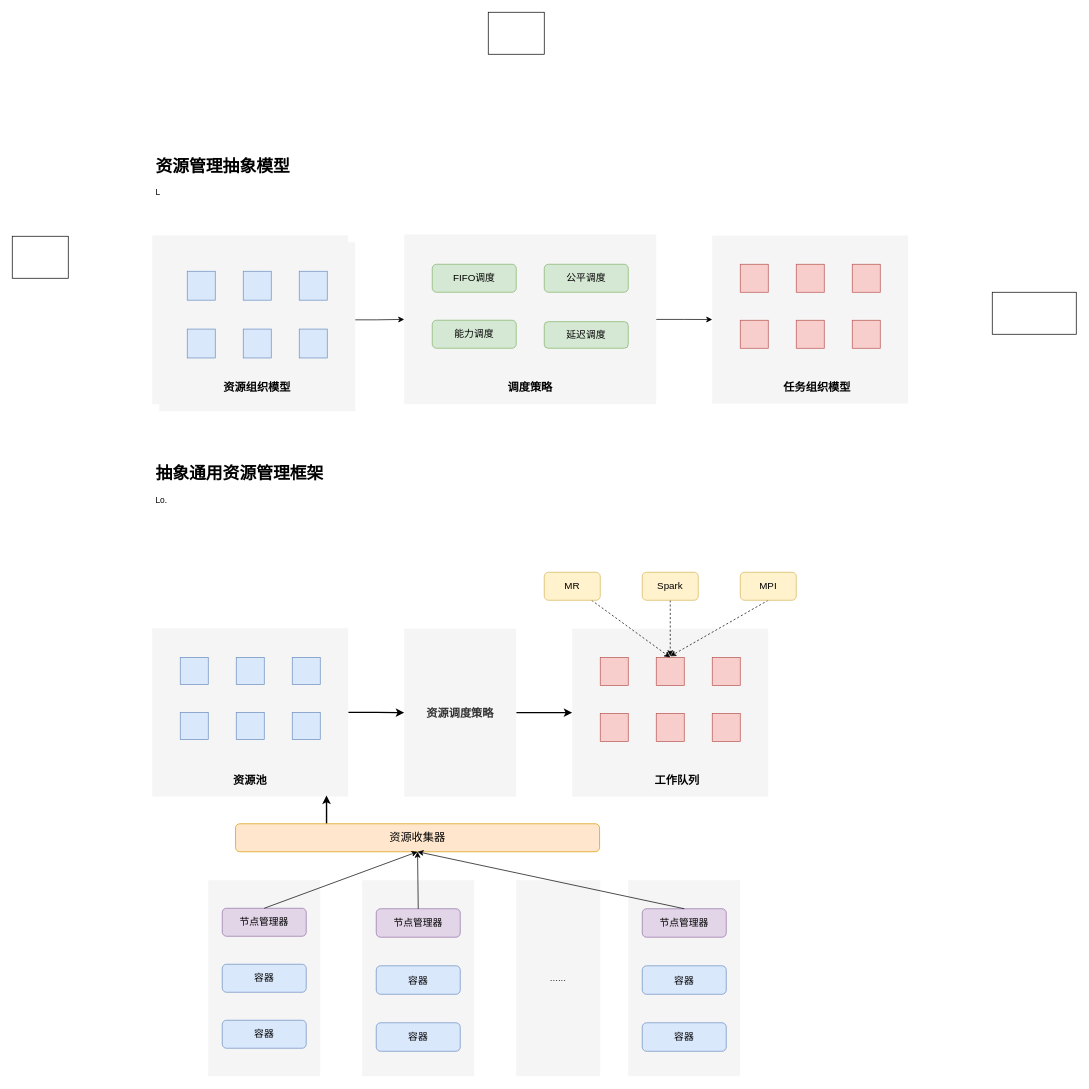
The draw.io diagram page "资源管理和调度" (6 of 6) of Draw.io/BigDataArchAlgorithm.drawio in DepInjoy/geektime, before the edit. Source tidied: cells renumbered, new cells numbered last; positions are measured from the earlier drawing's top-left corner, leaving out a move shared by most shapes. Both pictures are drawn from the tidied source at 70%, with x=0, y=0 at pixel (12, 12).
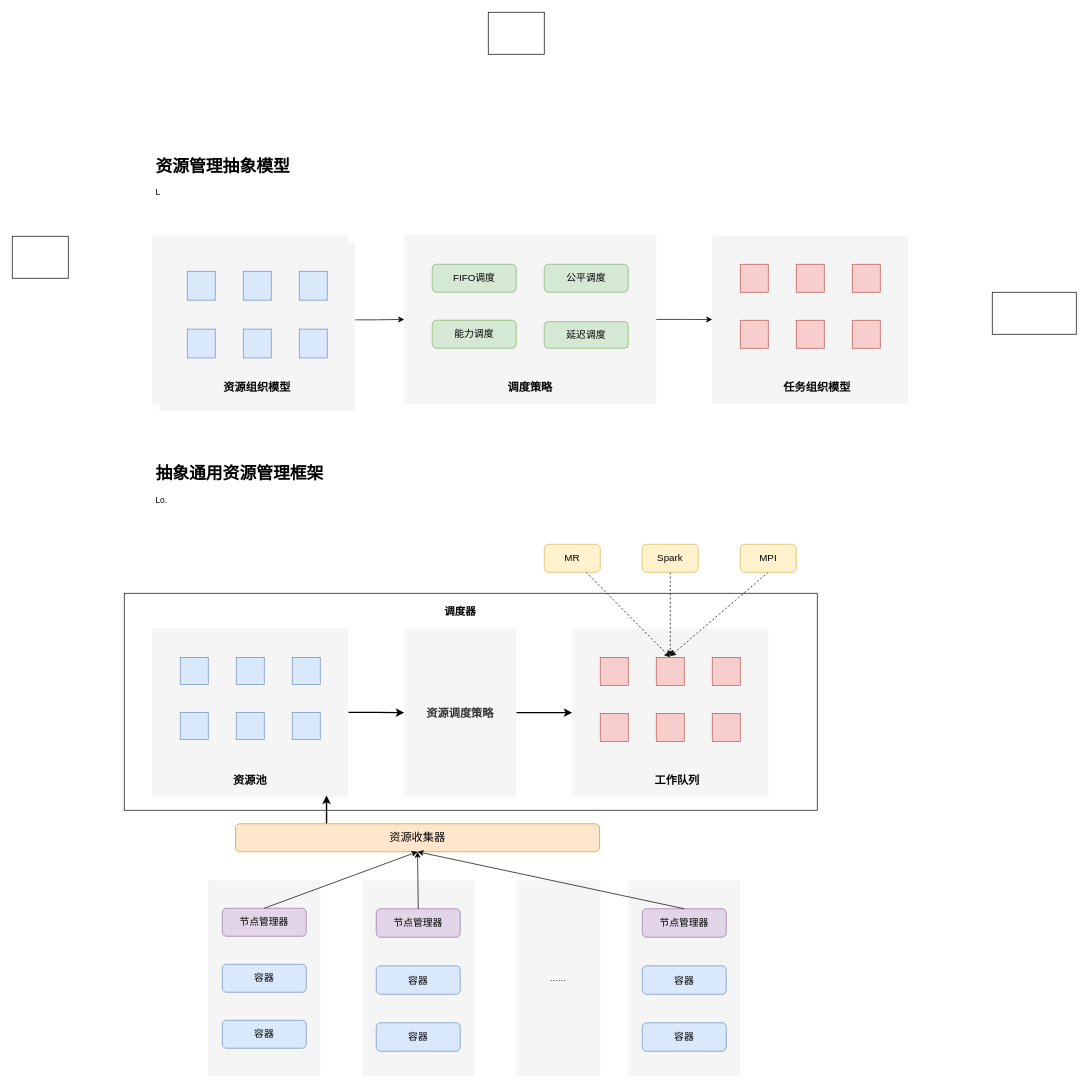
The same diagram, later.

Commit message:
资源调度通用框架

What changed in the source:
```diff
@@
+    <mxCell id="88" style="rounded=0;whiteSpace=wrap;html=1;" parent="1" vertex="1">
+      <mxGeometry x="160" y="830" width="990" height="310" as="geometry" />
+    </mxCell>
@@
     <mxCell id="81" value="&lt;font style=&quot;font-size: 14px;&quot;&gt;MR&lt;/font&gt;" style="rounded=1;whiteSpace=wrap;html=1;fillColor=#fff2cc;strokeColor=#d6b656;" parent="1" vertex="1">
-      <mxGeometry x="760" y="800" width="80" height="40" as="geometry" />
+      <mxGeometry x="760" y="760" width="80" height="40" as="geometry" />
     </mxCell>
@@
     <mxCell id="83" value="&lt;font style=&quot;font-size: 14px;&quot;&gt;Spark&lt;/font&gt;" style="rounded=1;whiteSpace=wrap;html=1;fillColor=#fff2cc;strokeColor=#d6b656;" parent="1" vertex="1">
-      <mxGeometry x="900" y="800" width="80" height="40" as="geometry" />
+      <mxGeometry x="900" y="760" width="80" height="40" as="geometry" />
     </mxCell>
@@
     <mxCell id="85" value="&lt;font style=&quot;font-size: 14px;&quot;&gt;MPI&lt;/font&gt;" style="rounded=1;whiteSpace=wrap;html=1;fillColor=#fff2cc;strokeColor=#d6b656;" parent="1" vertex="1">
-      <mxGeometry x="1040" y="800" width="80" height="40" as="geometry" />
+      <mxGeometry x="1040" y="760" width="80" height="40" as="geometry" />
     </mxCell>
@@
+    <mxCell id="89" value="&lt;font size=&quot;1&quot; style=&quot;&quot;&gt;&lt;b style=&quot;font-size: 15px;&quot;&gt;调度器&lt;/b&gt;&lt;/font&gt;" style="text;html=1;strokeColor=none;fillColor=none;align=center;verticalAlign=middle;whiteSpace=wrap;rounded=0;" parent="1" vertex="1">
+      <mxGeometry x="570" y="840" width="140" height="30" as="geometry" />
+    </mxCell>
```
